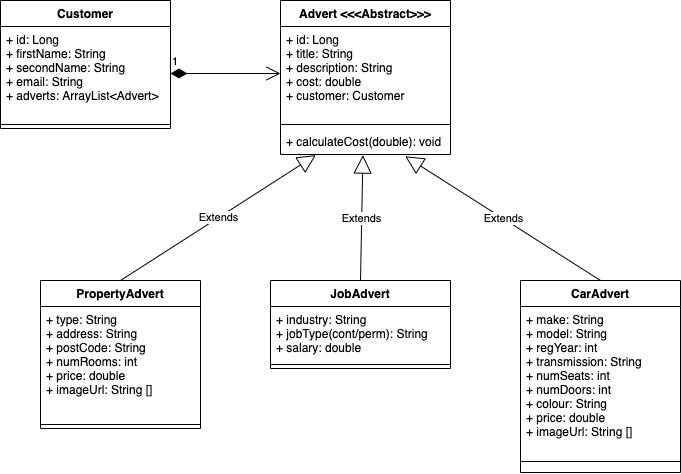
nahmed99/CodeClan_FInal_Project_JavaSpring_ReactJS keeps this draw.io diagram as Design/ClassDiagram.png. Above is the earlier version. Source tidied: cells renumbered, new cells last; positions are measured from the earlier drawing's top-left corner, leaving out a move shared by most shapes.
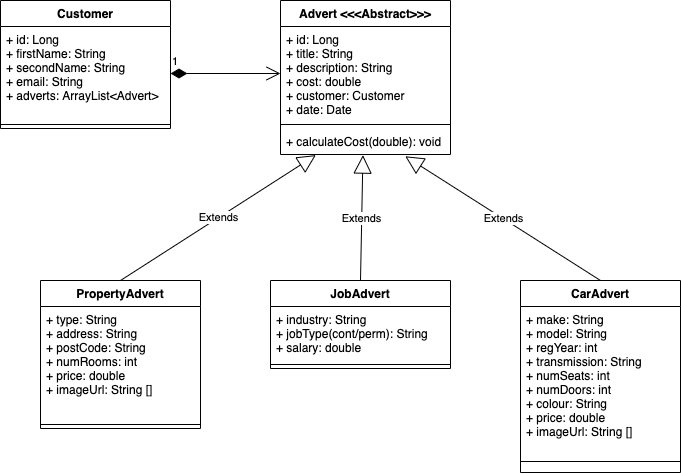
Later version of the same file.

The edit, as a diff of the source:
```diff
@@ -14,7 +14,7 @@
     <mxCell id="5" value="Advert &lt;&lt;&lt;Abstract&gt;&gt;&gt;" style="swimlane;fontStyle=1;align=center;verticalAlign=top;horizontal=1;startSize=26;" parent="1" vertex="1">
       <mxGeometry x="280" width="170" height="154" as="geometry" />
     </mxCell>
-    <mxCell id="6" value="+ id: Long&#10;+ title: String &#10;+ description: String&#10;+ cost: double&#10;+ customer: Customer" style="text;strokeColor=none;fillColor=none;align=left;verticalAlign=top;spacingLeft=4;spacingRight=4;overflow=hidden;points=[[0,0.5],[1,0.5]];portConstraint=eastwest;" parent="5" vertex="1">
+    <mxCell id="6" value="+ id: Long&#10;+ title: String &#10;+ description: String&#10;+ cost: double&#10;+ customer: Customer&#10;+ date: Date" style="text;strokeColor=none;fillColor=none;align=left;verticalAlign=top;spacingLeft=4;spacingRight=4;overflow=hidden;points=[[0,0.5],[1,0.5]];portConstraint=eastwest;" parent="5" vertex="1">
       <mxGeometry y="26" width="170" height="94" as="geometry" />
     </mxCell>
     <mxCell id="7" style="line;strokeWidth=1;fillColor=none;align=left;verticalAlign=middle;spacingTop=-1;spacingLeft=3;spacingRight=3;labelPosition=right;" parent="5" vertex="1">
```
